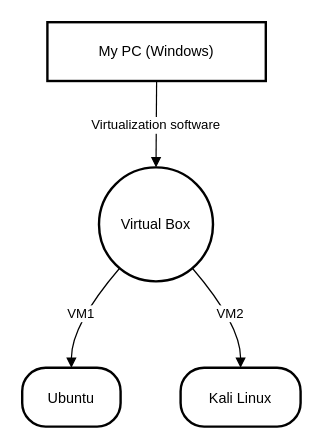
Earlier version of the draw.io diagram Untitled Diagram.drawio (Kane-Mitchell/Kane-Mitchell). Source tidied: cells renumbered, new cells numbered last; positions are measured from the earlier drawing's top-left corner, leaving out a move shared by most shapes. Both pictures are drawn from the tidied source at 120%, with x=0, y=0 at pixel (22, 22).
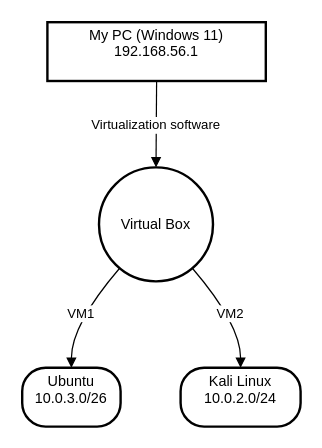
Above is the later version.

Diff of the diagram source:
```diff
@@
 <mxGraphModel>
   <root>
     <mxCell id="0" />
     <mxCell id="1" parent="0" />
-    <mxCell id="2" value="My PC (Windows)" style="whiteSpace=wrap;strokeWidth=2;" parent="1" vertex="1">
+    <mxCell id="2" value="My PC (Windows 11)&#10;192.168.56.1&#10;" style="whiteSpace=wrap;strokeWidth=2;" parent="1" vertex="1">
       <mxGeometry x="21" width="182" height="49" as="geometry" />
     </mxCell>
     <mxCell id="3" value="Virtual Box" style="ellipse;strokeWidth=2;whiteSpace=wrap;" parent="1" vertex="1">
       <mxGeometry x="64" y="121" width="95" height="95" as="geometry" />
     </mxCell>
-    <mxCell id="4" value="Ubuntu" style="rounded=1;arcSize=40;strokeWidth=2;" parent="1" vertex="1">
+    <mxCell id="4" value="Ubuntu&#10;10.0.3.0/26&#10;" style="rounded=1;arcSize=40;strokeWidth=2;" parent="1" vertex="1">
       <mxGeometry y="288" width="82" height="49" as="geometry" />
     </mxCell>
-    <mxCell id="5" value="Kali Linux" style="rounded=1;arcSize=40;strokeWidth=2;" parent="1" vertex="1">
+    <mxCell id="5" value="Kali Linux&#10;10.0.2.0/24&#10;" style="rounded=1;arcSize=40;strokeWidth=2;" parent="1" vertex="1">
       <mxGeometry x="132" y="288" width="100" height="49" as="geometry" />
     </mxCell>
     <mxCell id="6" value="Virtualization software" style="curved=1;startArrow=none;endArrow=block;exitX=0.5;exitY=0.99;entryX=0.5;entryY=0;" parent="1" edge="1" source="2" target="3">
       <mxGeometry relative="1" as="geometry" />
     </mxCell>
     <mxCell id="7" value="VM1" style="curved=1;startArrow=none;endArrow=block;exitX=0.08;exitY=1;entryX=0.5;entryY=0;" parent="1" edge="1" source="3" target="4">
       <mxGeometry relative="1" as="geometry">
         <Array as="points">
           <mxPoint x="41" y="252" />
         </Array>
       </mxGeometry>
     </mxCell>
     <mxCell id="8" value="VM2" style="curved=1;startArrow=none;endArrow=block;exitX=0.92;exitY=1;entryX=0.5;entryY=0;" parent="1" edge="1" source="3" target="5">
       <mxGeometry relative="1" as="geometry">
         <Array as="points">
           <mxPoint x="182" y="252" />
         </Array>
       </mxGeometry>
     </mxCell>
   </root>
 </mxGraphModel>
```
